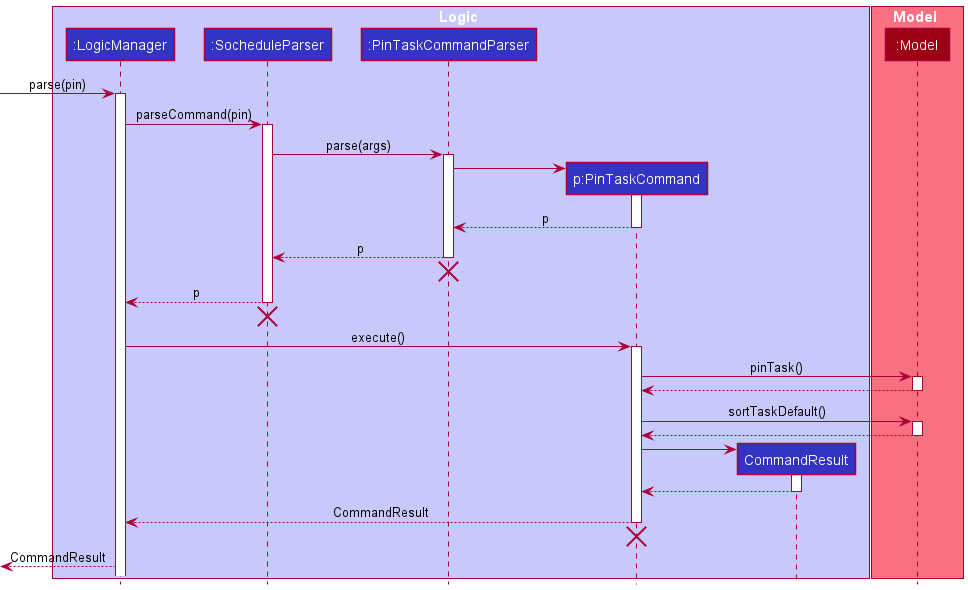
Earlier version of the PlantUML export docs/images/PinTaskSequenceDiagram.png (nus-cs2103-AY2021S2/tp). The source it was exported from:
```plantuml
@startuml
!include style.puml

box Logic LOGIC_COLOR_T1
participant ":LogicManager" as LogicManager LOGIC_COLOR
participant ":SocheduleParser" as SocheduleParser LOGIC_COLOR
participant ":PinTaskCommandParser" as PinTaskCommandParser LOGIC_COLOR
participant "p:PinTaskCommand" as PinTaskCommand LOGIC_COLOR
participant "CommandResult" as CommandResult LOGIC_COLOR
end box

box Model MODEL_COLOR_T1
participant ":Model" as Model MODEL_COLOR
end box

[-> LogicManager : parse(pin)
activate LogicManager

LogicManager -> SocheduleParser : parseCommand(pin)
activate SocheduleParser

SocheduleParser -> PinTaskCommandParser: parse(args)
activate PinTaskCommandParser

create PinTaskCommand
PinTaskCommandParser -> PinTaskCommand
activate PinTaskCommand
PinTaskCommandParser <--PinTaskCommand : p
deactivate PinTaskCommand

SocheduleParser <--PinTaskCommandParser : p
deactivate PinTaskCommandParser
PinTaskCommandParser -[hidden]->[
destroy PinTaskCommandParser

LogicManager <-- SocheduleParser : p
deactivate SocheduleParser
SocheduleParser -[hidden]->[
destroy SocheduleParser

LogicManager -> PinTaskCommand : execute()
activate PinTaskCommand

PinTaskCommand -> Model : pinTask()
activate Model
PinTaskCommand <-- Model
deactivate Model

PinTaskCommand -> Model : sortTaskDefault()
activate Model
PinTaskCommand <-- Model
deactivate Model

create CommandResult
PinTaskCommand -> CommandResult
activate CommandResult
PinTaskCommand <-- CommandResult
deactivate CommandResult

LogicManager <-- PinTaskCommand : CommandResult
deactivate PinTaskCommand
PinTaskCommand -[hidden]->[
destroy PinTaskCommand

[<-- LogicManager : CommandResult
@enduml
```
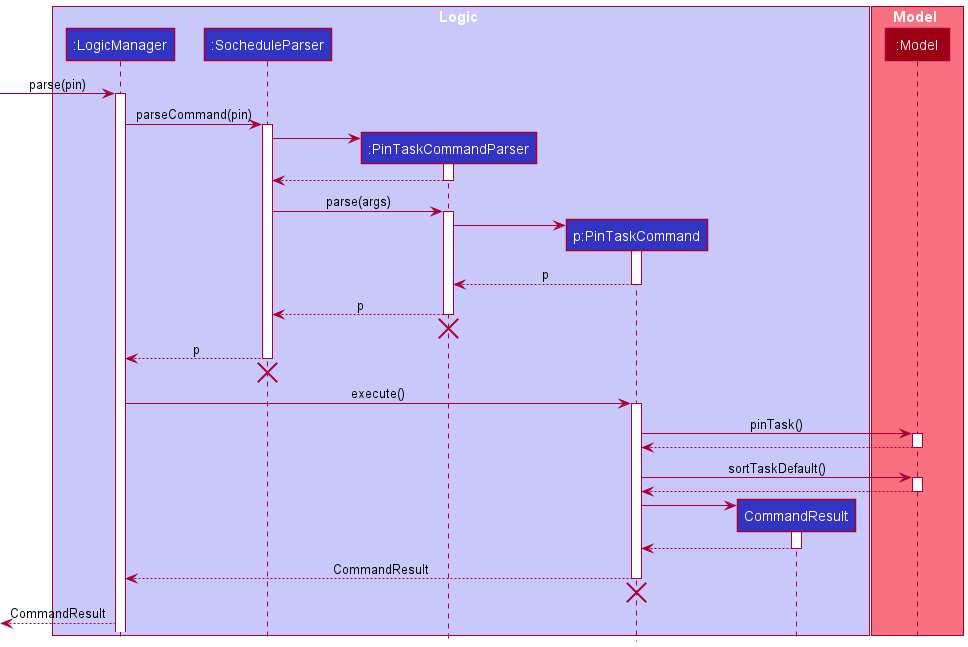
The same diagram one commit later.

What changed in the source:
```diff
@@ -18,6 +18,13 @@
 
 LogicManager -> SocheduleParser : parseCommand(pin)
 activate SocheduleParser
+
+
+create PinTaskCommandParser
+SocheduleParser -> PinTaskCommandParser
+activate PinTaskCommandParser
+SocheduleParser <-- PinTaskCommandParser
+deactivate PinTaskCommandParser
 
 SocheduleParser -> PinTaskCommandParser: parse(args)
 activate PinTaskCommandParser
```
